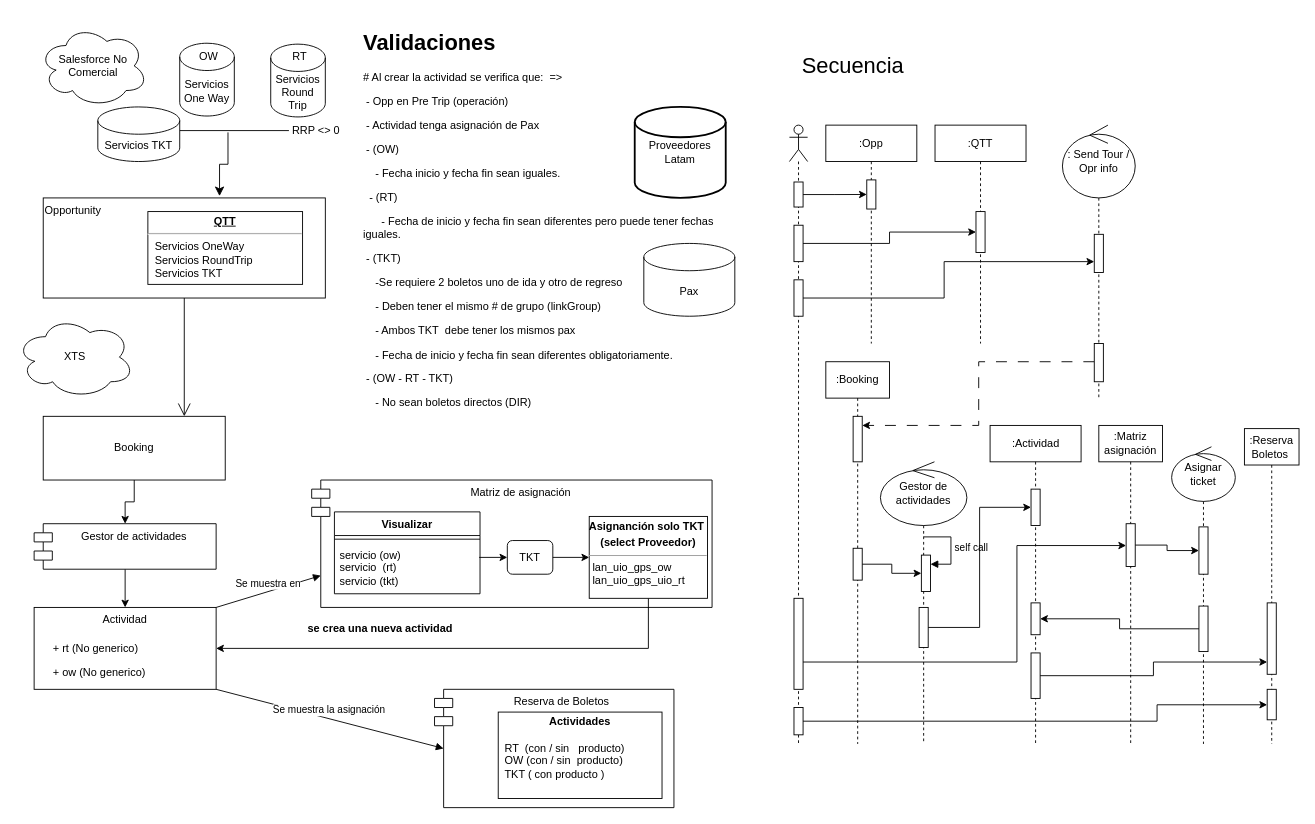
TecladoZurdo/UML keeps this draw.io diagram as OneWay - RoundTrip.drawio. Above is the earlier version. Source tidied: cells renumbered, new cells numbered last; positions are measured from the earlier drawing's top-left corner, leaving out a move shared by most shapes. Both pictures are drawn from the tidied source at 91%, with x=0, y=0 at pixel (15, 25).
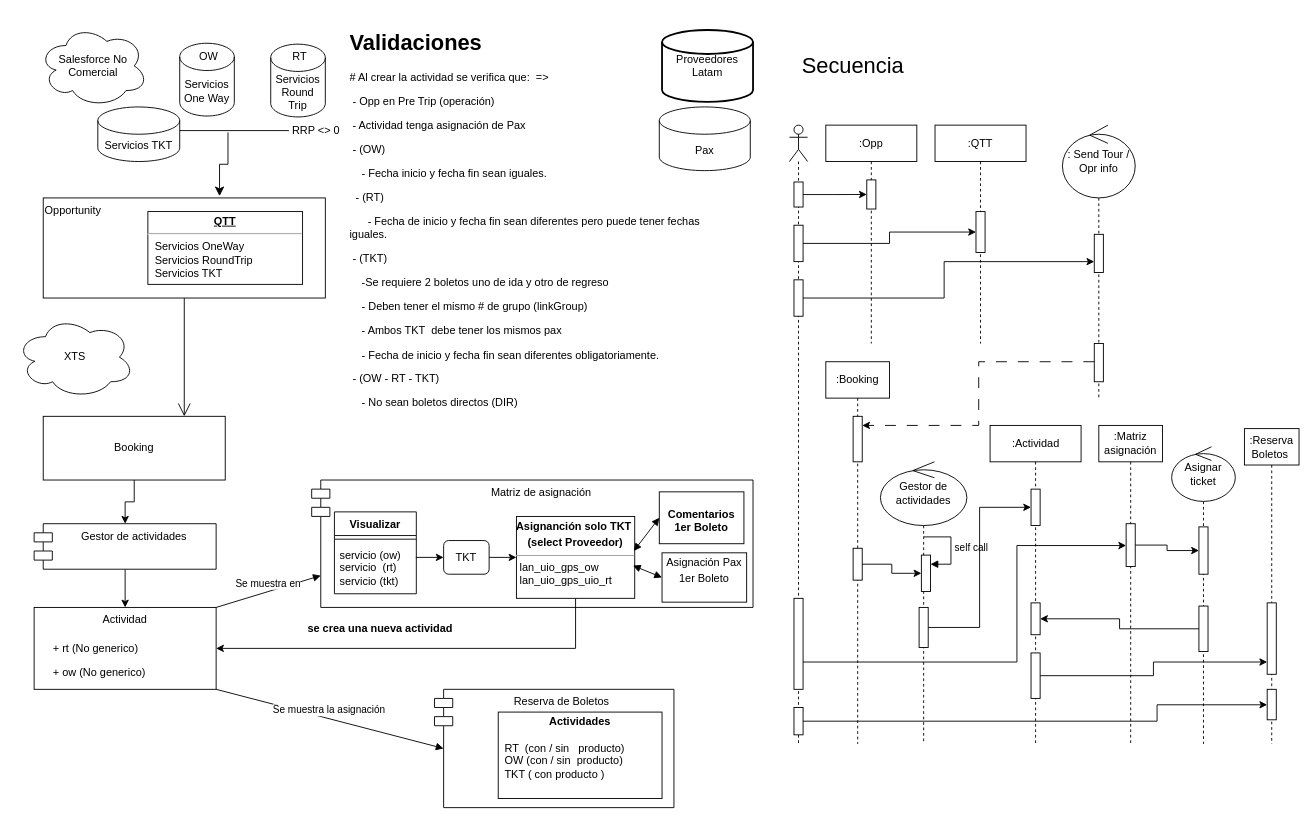
The same page after the edit.

What changed in the source:
```diff
@@
     <mxCell id="9" value="Matriz de asignación" style="shape=module;align=left;spacingLeft=20;align=center;verticalAlign=top;whiteSpace=wrap;html=1;" parent="1" vertex="1">
-      <mxGeometry x="325" y="500" width="440" height="140" as="geometry" />
+      <mxGeometry x="325" y="500" width="485" height="140" as="geometry" />
     </mxCell>
@@
     <mxCell id="14" value="&lt;p style=&quot;margin:0px;margin-top:4px;text-align:center;&quot;&gt;&lt;b&gt;Asignanción solo TKT&amp;nbsp;&lt;/b&gt;&lt;/p&gt;&lt;p style=&quot;margin:0px;margin-top:4px;text-align:center;&quot;&gt;&lt;b&gt;(select Proveedor)&lt;/b&gt;&lt;/p&gt;&lt;hr size=&quot;1&quot;&gt;&lt;p style=&quot;margin:0px;margin-left:4px;&quot;&gt;&lt;/p&gt;&lt;p style=&quot;margin:0px;margin-left:4px;&quot;&gt;lan_uio_gps_ow&lt;/p&gt;&lt;p style=&quot;margin:0px;margin-left:4px;&quot;&gt;&lt;span style=&quot;background-color: initial;&quot;&gt;lan_uio_gps_uio_rt&lt;/span&gt;&lt;/p&gt;&lt;p style=&quot;margin:0px;margin-left:4px;&quot;&gt;&amp;nbsp;&lt;/p&gt;" style="verticalAlign=top;align=left;overflow=fill;fontSize=12;fontFamily=Helvetica;html=1;whiteSpace=wrap;" parent="1" vertex="1">
-      <mxGeometry x="630" y="540" width="130" height="90" as="geometry" />
+      <mxGeometry x="550" y="540" width="130" height="90" as="geometry" />
     </mxCell>
@@
     <mxCell id="18" value="Proveedores&lt;br&gt;Latam" style="strokeWidth=2;html=1;shape=mxgraph.flowchart.database;whiteSpace=wrap;" parent="1" vertex="1">
-      <mxGeometry x="680" y="90" width="100" height="100" as="geometry" />
+      <mxGeometry x="710" y="5.5" width="100" height="79" as="geometry" />
     </mxCell>
     <mxCell id="19" value="Visualizar" style="swimlane;fontStyle=1;align=center;verticalAlign=top;horizontal=1;startSize=26;whiteSpace=wrap;html=1;" parent="1" vertex="1">
-      <mxGeometry x="350" y="535" width="160" height="90" as="geometry" />
+      <mxGeometry x="350" y="535" width="90" height="90" as="geometry" />
     </mxCell>
     <mxCell id="20" style="line;strokeWidth=1;fillColor=none;align=left;verticalAlign=middle;spacingTop=-1;spacingLeft=3;spacingRight=3;labelPosition=right;strokeColor=inherit;" parent="19" vertex="1">
-      <mxGeometry y="26" width="160" height="8" as="geometry" />
+      <mxGeometry y="26" width="90" height="8" as="geometry" />
     </mxCell>
     <mxCell id="21" value="servicio (ow)&lt;br&gt;servicio&amp;nbsp; (rt)&lt;br&gt;servicio (tkt)" style="text;strokeColor=none;fillColor=none;align=left;verticalAlign=top;spacingLeft=4;spacingRight=4;overflow=hidden;points=[[0,0.5],[1,0.5]];portConstraint=eastwest;whiteSpace=wrap;html=1;" parent="19" vertex="1">
-      <mxGeometry y="34" width="160" height="56" as="geometry" />
+      <mxGeometry y="34" width="90" height="56" as="geometry" />
     </mxCell>
@@
     <mxCell id="28" value="Pax" style="shape=cylinder3;whiteSpace=wrap;html=1;boundedLbl=1;backgroundOutline=1;size=15;" parent="1" vertex="1">
-      <mxGeometry x="690" y="240" width="100" height="80" as="geometry" />
+      <mxGeometry x="707" y="90" width="100" height="70" as="geometry" />
     </mxCell>
     <mxCell id="29" value="&lt;h1&gt;Validaciones&lt;/h1&gt;&lt;div&gt;# Al crear la actividad se verifica que:&amp;nbsp; =&amp;gt;&lt;/div&gt;&lt;p&gt;&amp;nbsp;- Opp en Pre Trip (operación)&lt;/p&gt;&lt;p&gt;&amp;nbsp;- Actividad tenga asignación de Pax&lt;/p&gt;&lt;p&gt;&amp;nbsp;- (OW)&lt;/p&gt;&lt;p&gt;&amp;nbsp; &amp;nbsp; - Fecha inicio y fecha fin sean iguales.&lt;/p&gt;&lt;p&gt;&amp;nbsp; - (RT)&lt;/p&gt;&lt;p&gt;&amp;nbsp; &amp;nbsp;&amp;nbsp;&lt;span style=&quot;background-color: initial;&quot;&gt;&amp;nbsp; &lt;/span&gt;&lt;span style=&quot;background-color: initial;&quot;&gt;- Fecha de inicio y fecha fin sean diferentes pero puede tener fechas iguales.&lt;/span&gt;&lt;/p&gt;&lt;p&gt;&amp;nbsp;- (TKT)&lt;/p&gt;&lt;p&gt;&amp;nbsp; &amp;nbsp; -Se requiere 2 boletos uno de ida y otro de regreso&lt;/p&gt;&lt;p&gt;&amp;nbsp; &amp;nbsp;&amp;nbsp;- Deben tener el mismo # de grupo (linkGroup)&lt;/p&gt;&lt;p&gt;&amp;nbsp; &amp;nbsp; - Ambos TKT&amp;nbsp;&amp;nbsp;debe tener los mismos pax&lt;/p&gt;&amp;nbsp; &amp;nbsp; - Fecha de inicio y fecha fin sean diferentes obligatoriamente.&lt;span style=&quot;white-space: pre; background-color: initial;&quot;&gt;&amp;nbsp;&lt;/span&gt;&lt;br&gt;&lt;p&gt;&lt;span style=&quot;&quot;&gt;&lt;span style=&quot;white-space: pre;&quot;&gt; - (OW - RT - TKT)&lt;/span&gt;&lt;/span&gt;&lt;br&gt;&lt;/p&gt;&lt;p&gt;&amp;nbsp; &amp;nbsp;&amp;nbsp;- No sean boletos directos (DIR)&lt;/p&gt;&amp;nbsp; &amp;nbsp;&amp;nbsp;" style="text;html=1;strokeColor=none;fillColor=none;spacing=5;spacingTop=-20;whiteSpace=wrap;overflow=hidden;rounded=0;" parent="1" vertex="1">
-      <mxGeometry x="376.9" width="403.1" height="470" as="geometry" />
+      <mxGeometry x="361.9" width="403.1" height="470" as="geometry" />
     </mxCell>
@@
     <mxCell id="76" value="TKT" style="rounded=1;whiteSpace=wrap;html=1;" parent="1" vertex="1">
-      <mxGeometry x="540" y="566.5" width="50" height="37" as="geometry" />
+      <mxGeometry x="470" y="566.5" width="50" height="37" as="geometry" />
     </mxCell>
@@
+    <mxCell id="83" value="&lt;p style=&quot;margin:0px;margin-top:4px;text-align:center;&quot;&gt;&lt;br&gt;&lt;b&gt;Comentarios 1er Boleto&lt;/b&gt;&lt;/p&gt;" style="verticalAlign=top;align=left;overflow=fill;fontSize=12;fontFamily=Helvetica;html=1;whiteSpace=wrap;" parent="1" vertex="1">
+      <mxGeometry x="707" y="513" width="93" height="57" as="geometry" />
+    </mxCell>
+    <mxCell id="84" value="&lt;p style=&quot;margin:0px;margin-top:4px;text-align:center;&quot;&gt;Asignación Pax&lt;/p&gt;&lt;p style=&quot;margin:0px;margin-top:4px;text-align:center;&quot;&gt;1er Boleto&lt;/p&gt;" style="verticalAlign=top;align=left;overflow=fill;fontSize=12;fontFamily=Helvetica;html=1;whiteSpace=wrap;" parent="1" vertex="1">
+      <mxGeometry x="710" y="580" width="93" height="54.2" as="geometry" />
+    </mxCell>
+    <mxCell id="85" style="endArrow=block;startArrow=block;endFill=1;startFill=1;html=1;rounded=0;entryX=0;entryY=0.5;entryDx=0;entryDy=0;exitX=0.992;exitY=0.422;exitDx=0;exitDy=0;exitPerimeter=0;" parent="1" edge="1" source="14" target="83">
+      <mxGeometry relative="1" as="geometry" />
+    </mxCell>
+    <mxCell id="86" style="endArrow=block;startArrow=block;endFill=1;startFill=1;html=1;rounded=0;exitX=0.985;exitY=0.6;exitDx=0;exitDy=0;entryX=0;entryY=0.5;entryDx=0;entryDy=0;exitPerimeter=0;" parent="1" edge="1" source="14" target="84">
+      <mxGeometry relative="1" as="geometry" />
+    </mxCell>
```
